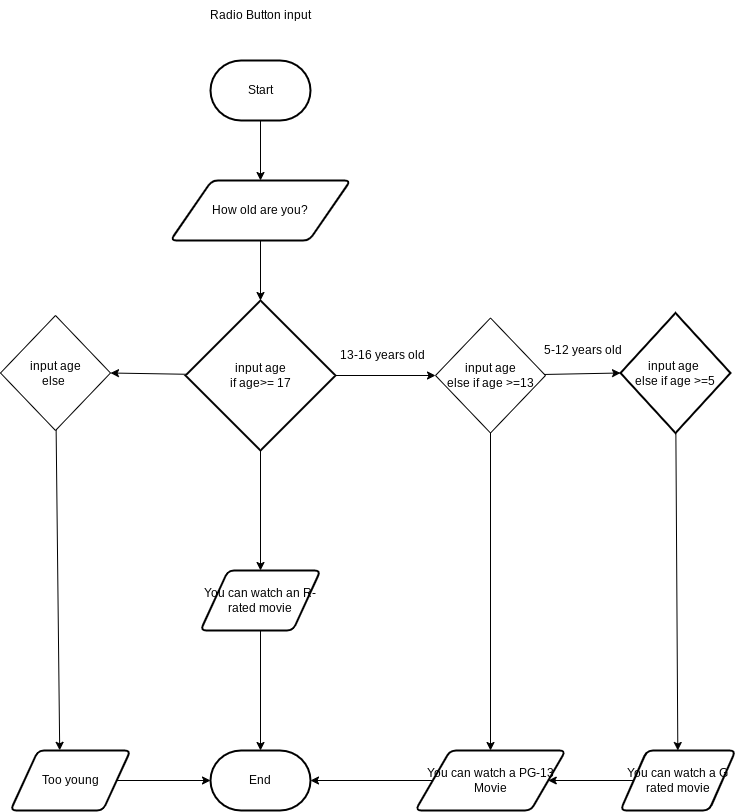
Earlier version of the draw.io export design/flow-chart.png (MikeyGloriani/ICS2O-UNIT-5-03-JS). Source tidied: cells renumbered, new cells last; positions are measured from the earlier drawing's top-left corner, leaving out a move shared by most shapes. The source it was exported from:
```xml
<mxGraphModel>
  <root>
    <mxCell id="0" />
    <mxCell id="1" parent="0" />
    <mxCell id="2" value="Start" style="strokeWidth=2;html=1;shape=mxgraph.flowchart.terminator;whiteSpace=wrap;" parent="1" vertex="1">
      <mxGeometry x="210" y="60" width="100" height="60" as="geometry" />
    </mxCell>
    <mxCell id="3" style="edgeStyle=none;html=1;exitX=0.5;exitY=1;exitDx=0;exitDy=0;exitPerimeter=0;" parent="1" edge="1" source="2" target="8">
      <mxGeometry relative="1" as="geometry" />
    </mxCell>
    <mxCell id="4" style="edgeStyle=none;html=1;entryX=0;entryY=0.5;entryDx=0;entryDy=0;" parent="1" edge="1" source="6" target="16">
      <mxGeometry relative="1" as="geometry" />
    </mxCell>
    <mxCell id="5" style="edgeStyle=none;html=1;entryX=1;entryY=0.5;entryDx=0;entryDy=0;" parent="1" edge="1" source="6" target="26">
      <mxGeometry relative="1" as="geometry" />
    </mxCell>
    <mxCell id="6" value="input age&lt;br&gt;if age&amp;gt;= 17" style="strokeWidth=2;html=1;shape=mxgraph.flowchart.decision;whiteSpace=wrap;" parent="1" vertex="1">
      <mxGeometry x="185" y="300" width="150" height="150" as="geometry" />
    </mxCell>
    <mxCell id="7" style="edgeStyle=none;html=1;" parent="1" edge="1" source="8" target="6">
      <mxGeometry relative="1" as="geometry" />
    </mxCell>
    <mxCell id="8" value="How old are you?" style="shape=parallelogram;html=1;strokeWidth=2;perimeter=parallelogramPerimeter;whiteSpace=wrap;rounded=1;arcSize=12;size=0.23;" parent="1" vertex="1">
      <mxGeometry x="170" y="180" width="180" height="60" as="geometry" />
    </mxCell>
    <mxCell id="9" value="Radio Button input" style="text;html=1;strokeColor=none;fillColor=none;align=center;verticalAlign=middle;whiteSpace=wrap;rounded=0;" parent="1" vertex="1">
      <mxGeometry x="205" width="110" height="30" as="geometry" />
    </mxCell>
    <mxCell id="10" style="edgeStyle=none;html=1;entryX=0.5;entryY=0;entryDx=0;entryDy=0;exitX=0.5;exitY=1;exitDx=0;exitDy=0;exitPerimeter=0;" parent="1" edge="1" source="6" target="13">
      <mxGeometry relative="1" as="geometry" />
    </mxCell>
    <mxCell id="11" value="End" style="strokeWidth=2;html=1;shape=mxgraph.flowchart.terminator;whiteSpace=wrap;" parent="1" vertex="1">
      <mxGeometry x="210" y="750" width="100" height="60" as="geometry" />
    </mxCell>
    <mxCell id="12" style="edgeStyle=none;html=1;entryX=0.5;entryY=0;entryDx=0;entryDy=0;entryPerimeter=0;" parent="1" edge="1" source="13" target="11">
      <mxGeometry relative="1" as="geometry" />
    </mxCell>
    <mxCell id="13" value="You can watch an R-rated movie" style="shape=parallelogram;html=1;strokeWidth=2;perimeter=parallelogramPerimeter;whiteSpace=wrap;rounded=1;arcSize=12;size=0.23;" parent="1" vertex="1">
      <mxGeometry x="200" y="570" width="120" height="60" as="geometry" />
    </mxCell>
    <mxCell id="14" value="13-16 years old" style="text;html=1;strokeColor=none;fillColor=none;align=center;verticalAlign=middle;whiteSpace=wrap;rounded=0;" parent="1" vertex="1">
      <mxGeometry x="330" y="340" width="105" height="30" as="geometry" />
    </mxCell>
    <mxCell id="15" style="edgeStyle=none;html=1;entryX=0;entryY=0.5;entryDx=0;entryDy=0;entryPerimeter=0;" parent="1" edge="1" source="16" target="21">
      <mxGeometry relative="1" as="geometry" />
    </mxCell>
    <mxCell id="16" value="input age&lt;br&gt;else if age &amp;gt;=13" style="rhombus;whiteSpace=wrap;html=1;" parent="1" vertex="1">
      <mxGeometry x="435" y="317.5" width="110" height="115" as="geometry" />
    </mxCell>
    <mxCell id="17" style="edgeStyle=none;html=1;entryX=0.5;entryY=0;entryDx=0;entryDy=0;exitX=0.5;exitY=1;exitDx=0;exitDy=0;" parent="1" edge="1" source="16" target="19">
      <mxGeometry relative="1" as="geometry" />
    </mxCell>
    <mxCell id="18" style="edgeStyle=none;html=1;entryX=1;entryY=0.5;entryDx=0;entryDy=0;entryPerimeter=0;" parent="1" edge="1" source="19" target="11">
      <mxGeometry relative="1" as="geometry" />
    </mxCell>
    <mxCell id="19" value="You can watch a PG-13 Movie" style="shape=parallelogram;html=1;strokeWidth=2;perimeter=parallelogramPerimeter;whiteSpace=wrap;rounded=1;arcSize=12;size=0.23;" parent="1" vertex="1">
      <mxGeometry x="415" y="750" width="150" height="60" as="geometry" />
    </mxCell>
    <mxCell id="20" style="edgeStyle=none;html=1;" parent="1" edge="1" source="21" target="23">
      <mxGeometry relative="1" as="geometry" />
    </mxCell>
    <mxCell id="21" value="input age&amp;nbsp;&lt;br&gt;else if age &amp;gt;=5" style="strokeWidth=2;html=1;shape=mxgraph.flowchart.decision;whiteSpace=wrap;" parent="1" vertex="1">
      <mxGeometry x="620" y="312.5" width="110" height="120" as="geometry" />
    </mxCell>
    <mxCell id="22" style="edgeStyle=none;html=1;" parent="1" edge="1" source="23" target="19">
      <mxGeometry relative="1" as="geometry" />
    </mxCell>
    <mxCell id="23" value="You can watch a G rated movie" style="shape=parallelogram;html=1;strokeWidth=2;perimeter=parallelogramPerimeter;whiteSpace=wrap;rounded=1;arcSize=12;size=0.23;" parent="1" vertex="1">
      <mxGeometry x="620" y="750" width="115" height="60" as="geometry" />
    </mxCell>
    <mxCell id="24" value="5-12 years old" style="text;html=1;strokeColor=none;fillColor=none;align=center;verticalAlign=middle;whiteSpace=wrap;rounded=0;" parent="1" vertex="1">
      <mxGeometry x="530" y="335" width="105" height="30" as="geometry" />
    </mxCell>
    <mxCell id="25" style="edgeStyle=none;html=1;entryX=0.41;entryY=-0.003;entryDx=0;entryDy=0;entryPerimeter=0;" parent="1" edge="1" source="26" target="28">
      <mxGeometry relative="1" as="geometry" />
    </mxCell>
    <mxCell id="26" value="input age&lt;br&gt;else&amp;nbsp;" style="rhombus;whiteSpace=wrap;html=1;" parent="1" vertex="1">
      <mxGeometry y="315" width="110" height="115" as="geometry" />
    </mxCell>
    <mxCell id="27" style="edgeStyle=none;html=1;entryX=0;entryY=0.5;entryDx=0;entryDy=0;entryPerimeter=0;" parent="1" edge="1" source="28" target="11">
      <mxGeometry relative="1" as="geometry" />
    </mxCell>
    <mxCell id="28" value="Too young" style="shape=parallelogram;html=1;strokeWidth=2;perimeter=parallelogramPerimeter;whiteSpace=wrap;rounded=1;arcSize=12;size=0.23;" parent="1" vertex="1">
      <mxGeometry x="10" y="750" width="120" height="60" as="geometry" />
    </mxCell>
  </root>
</mxGraphModel>
```
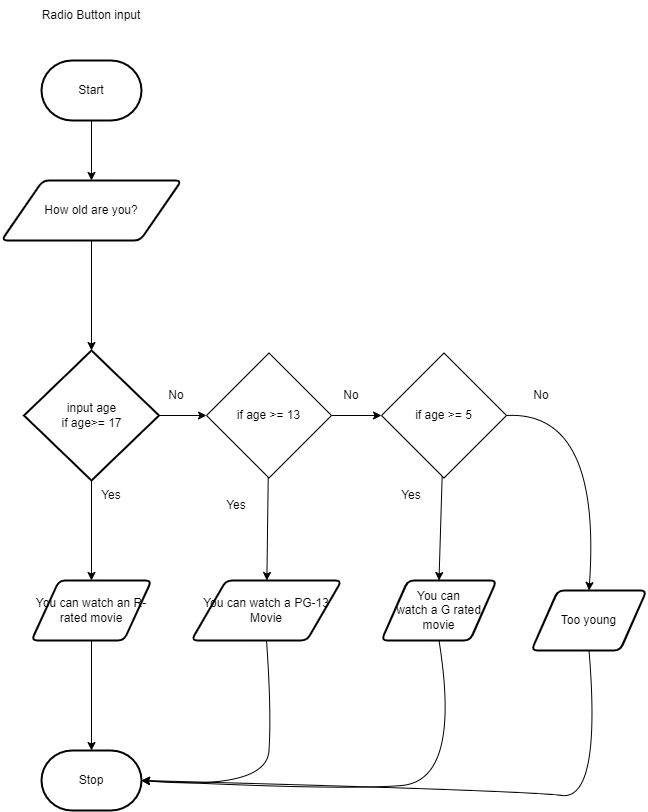
After the commit.

Change to the diagram source:
```diff
@@ -8,14 +8,14 @@
     <mxCell id="3" style="edgeStyle=none;html=1;exitX=0.5;exitY=1;exitDx=0;exitDy=0;exitPerimeter=0;" parent="1" edge="1" source="2" target="8">
       <mxGeometry relative="1" as="geometry" />
     </mxCell>
-    <mxCell id="4" style="edgeStyle=none;html=1;entryX=0;entryY=0.5;entryDx=0;entryDy=0;" parent="1" edge="1" source="6" target="16">
-      <mxGeometry relative="1" as="geometry" />
-    </mxCell>
-    <mxCell id="5" style="edgeStyle=none;html=1;entryX=1;entryY=0.5;entryDx=0;entryDy=0;" parent="1" edge="1" source="6" target="26">
-      <mxGeometry relative="1" as="geometry" />
-    </mxCell>
+    <mxCell id="10" style="edgeStyle=none;html=1;" parent="1" edge="1" source="6" target="13">
+      <mxGeometry relative="1" as="geometry" />
+    </mxCell>
+    <mxCell id="29" style="edgeStyle=none;html=1;exitX=1;exitY=0.5;exitDx=0;exitDy=0;exitPerimeter=0;entryX=0;entryY=0.5;entryDx=0;entryDy=0;" parent="1" edge="1" source="6" target="33">
+      <mxGeometry relative="1" as="geometry" />
+    </mxCell>
     <mxCell id="6" value="input age&lt;br&gt;if age&amp;gt;= 17" style="strokeWidth=2;html=1;shape=mxgraph.flowchart.decision;whiteSpace=wrap;" parent="1" vertex="1">
-      <mxGeometry x="185" y="300" width="150" height="150" as="geometry" />
+      <mxGeometry x="192.5" y="350" width="135" height="130" as="geometry" />
     </mxCell>
     <mxCell id="7" style="edgeStyle=none;html=1;" parent="1" edge="1" source="8" target="6">
       <mxGeometry relative="1" as="geometry" />
@@ -26,62 +26,88 @@
     <mxCell id="9" value="Radio Button input" style="text;html=1;strokeColor=none;fillColor=none;align=center;verticalAlign=middle;whiteSpace=wrap;rounded=0;" parent="1" vertex="1">
       <mxGeometry x="205" width="110" height="30" as="geometry" />
     </mxCell>
-    <mxCell id="10" style="edgeStyle=none;html=1;entryX=0.5;entryY=0;entryDx=0;entryDy=0;exitX=0.5;exitY=1;exitDx=0;exitDy=0;exitPerimeter=0;" parent="1" edge="1" source="6" target="13">
-      <mxGeometry relative="1" as="geometry" />
-    </mxCell>
-    <mxCell id="11" value="End" style="strokeWidth=2;html=1;shape=mxgraph.flowchart.terminator;whiteSpace=wrap;" parent="1" vertex="1">
+    <mxCell id="11" value="Stop" style="strokeWidth=2;html=1;shape=mxgraph.flowchart.terminator;whiteSpace=wrap;" parent="1" vertex="1">
       <mxGeometry x="210" y="750" width="100" height="60" as="geometry" />
     </mxCell>
-    <mxCell id="12" style="edgeStyle=none;html=1;entryX=0.5;entryY=0;entryDx=0;entryDy=0;entryPerimeter=0;" parent="1" edge="1" source="13" target="11">
+    <mxCell id="12" style="edgeStyle=none;html=1;" parent="1" edge="1" source="13" target="11">
       <mxGeometry relative="1" as="geometry" />
     </mxCell>
     <mxCell id="13" value="You can watch an R-rated movie" style="shape=parallelogram;html=1;strokeWidth=2;perimeter=parallelogramPerimeter;whiteSpace=wrap;rounded=1;arcSize=12;size=0.23;" parent="1" vertex="1">
-      <mxGeometry x="200" y="570" width="120" height="60" as="geometry" />
+      <mxGeometry x="200" y="580" width="120" height="60" as="geometry" />
     </mxCell>
-    <mxCell id="14" value="13-16 years old" style="text;html=1;strokeColor=none;fillColor=none;align=center;verticalAlign=middle;whiteSpace=wrap;rounded=0;" parent="1" vertex="1">
-      <mxGeometry x="330" y="340" width="105" height="30" as="geometry" />
-    </mxCell>
-    <mxCell id="15" style="edgeStyle=none;html=1;entryX=0;entryY=0.5;entryDx=0;entryDy=0;entryPerimeter=0;" parent="1" edge="1" source="16" target="21">
-      <mxGeometry relative="1" as="geometry" />
-    </mxCell>
-    <mxCell id="16" value="input age&lt;br&gt;else if age &amp;gt;=13" style="rhombus;whiteSpace=wrap;html=1;" parent="1" vertex="1">
-      <mxGeometry x="435" y="317.5" width="110" height="115" as="geometry" />
-    </mxCell>
-    <mxCell id="17" style="edgeStyle=none;html=1;entryX=0.5;entryY=0;entryDx=0;entryDy=0;exitX=0.5;exitY=1;exitDx=0;exitDy=0;" parent="1" edge="1" source="16" target="19">
-      <mxGeometry relative="1" as="geometry" />
-    </mxCell>
+    <mxCell id="19" value="You can watch a PG-13 Movie" style="shape=parallelogram;html=1;strokeWidth=2;perimeter=parallelogramPerimeter;whiteSpace=wrap;rounded=1;arcSize=12;size=0.23;" parent="1" vertex="1">
+      <mxGeometry x="360" y="580" width="150" height="60" as="geometry" />
+    </mxCell>
+    <mxCell id="23" value="You can &lt;br&gt;watch a G rated movie" style="shape=parallelogram;html=1;strokeWidth=2;perimeter=parallelogramPerimeter;whiteSpace=wrap;rounded=1;arcSize=12;size=0.23;" parent="1" vertex="1">
+      <mxGeometry x="550" y="580" width="115" height="60" as="geometry" />
+    </mxCell>
+    <mxCell id="30" value="Yes" style="text;html=1;strokeColor=none;fillColor=none;align=center;verticalAlign=middle;whiteSpace=wrap;rounded=0;" parent="1" vertex="1">
+      <mxGeometry x="250" y="480" width="60" height="30" as="geometry" />
+    </mxCell>
+    <mxCell id="31" style="edgeStyle=none;html=1;" parent="1" edge="1" source="33" target="19">
+      <mxGeometry relative="1" as="geometry" />
+    </mxCell>
+    <mxCell id="32" style="edgeStyle=none;html=1;exitX=1;exitY=0.5;exitDx=0;exitDy=0;entryX=0;entryY=0.5;entryDx=0;entryDy=0;" parent="1" edge="1" source="33" target="35">
+      <mxGeometry relative="1" as="geometry" />
+    </mxCell>
+    <mxCell id="33" value="if age &amp;gt;= 13" style="rhombus;whiteSpace=wrap;html=1;" parent="1" vertex="1">
+      <mxGeometry x="375" y="352.5" width="125" height="125" as="geometry" />
+    </mxCell>
+    <mxCell id="34" style="edgeStyle=none;html=1;entryX=0.5;entryY=0;entryDx=0;entryDy=0;" parent="1" edge="1" source="35" target="23">
+      <mxGeometry relative="1" as="geometry" />
+    </mxCell>
+    <mxCell id="35" value="if age &amp;gt;= 5" style="rhombus;whiteSpace=wrap;html=1;" parent="1" vertex="1">
+      <mxGeometry x="550" y="352.5" width="125" height="125" as="geometry" />
+    </mxCell>
+    <mxCell id="28" value="Too young" style="shape=parallelogram;html=1;strokeWidth=2;perimeter=parallelogramPerimeter;whiteSpace=wrap;rounded=1;arcSize=12;size=0.23;" parent="1" vertex="1">
+      <mxGeometry x="700" y="590" width="115" height="60" as="geometry" />
+    </mxCell>
+    <mxCell id="36" style="curved=1;endArrow=classic;html=1;exitX=1;exitY=0.5;exitDx=0;exitDy=0;entryX=0.5;entryY=0;entryDx=0;entryDy=0;" parent="1" edge="1" source="35" target="28">
+      <mxGeometry relative="1" as="geometry">
+        <Array as="points">
+          <mxPoint x="770" y="410" />
+        </Array>
+      </mxGeometry>
+    </mxCell>
-    <mxCell id="18" style="edgeStyle=none;html=1;entryX=1;entryY=0.5;entryDx=0;entryDy=0;entryPerimeter=0;" parent="1" edge="1" source="19" target="11">
-      <mxGeometry relative="1" as="geometry" />
+    <mxCell id="18" style="curved=1;endArrow=classic;html=1;exitX=0.5;exitY=1;exitDx=0;exitDy=0;entryX=1;entryY=0.5;entryDx=0;entryDy=0;entryPerimeter=0;" parent="1" edge="1" source="19" target="11">
+      <mxGeometry relative="1" as="geometry">
+        <Array as="points">
+          <mxPoint x="440" y="710" />
+          <mxPoint x="435" y="790" />
+        </Array>
+      </mxGeometry>
     </mxCell>
-    <mxCell id="19" value="You can watch a PG-13 Movie" style="shape=parallelogram;html=1;strokeWidth=2;perimeter=parallelogramPerimeter;whiteSpace=wrap;rounded=1;arcSize=12;size=0.23;" parent="1" vertex="1">
-      <mxGeometry x="415" y="750" width="150" height="60" as="geometry" />
-    </mxCell>
-    <mxCell id="20" style="edgeStyle=none;html=1;" parent="1" edge="1" source="21" target="23">
-      <mxGeometry relative="1" as="geometry" />
-    </mxCell>
-    <mxCell id="21" value="input age&amp;nbsp;&lt;br&gt;else if age &amp;gt;=5" style="strokeWidth=2;html=1;shape=mxgraph.flowchart.decision;whiteSpace=wrap;" parent="1" vertex="1">
-      <mxGeometry x="620" y="312.5" width="110" height="120" as="geometry" />
-    </mxCell>
-    <mxCell id="22" style="edgeStyle=none;html=1;" parent="1" edge="1" source="23" target="19">
-      <mxGeometry relative="1" as="geometry" />
-    </mxCell>
-    <mxCell id="23" value="You can watch a G rated movie" style="shape=parallelogram;html=1;strokeWidth=2;perimeter=parallelogramPerimeter;whiteSpace=wrap;rounded=1;arcSize=12;size=0.23;" parent="1" vertex="1">
-      <mxGeometry x="620" y="750" width="115" height="60" as="geometry" />
-    </mxCell>
-    <mxCell id="24" value="5-12 years old" style="text;html=1;strokeColor=none;fillColor=none;align=center;verticalAlign=middle;whiteSpace=wrap;rounded=0;" parent="1" vertex="1">
-      <mxGeometry x="530" y="335" width="105" height="30" as="geometry" />
-    </mxCell>
-    <mxCell id="25" style="edgeStyle=none;html=1;entryX=0.41;entryY=-0.003;entryDx=0;entryDy=0;entryPerimeter=0;" parent="1" edge="1" source="26" target="28">
-      <mxGeometry relative="1" as="geometry" />
-    </mxCell>
-    <mxCell id="26" value="input age&lt;br&gt;else&amp;nbsp;" style="rhombus;whiteSpace=wrap;html=1;" parent="1" vertex="1">
-      <mxGeometry y="315" width="110" height="115" as="geometry" />
-    </mxCell>
+    <mxCell id="37" style="curved=1;endArrow=classic;html=1;exitX=0.5;exitY=1;exitDx=0;exitDy=0;" parent="1" edge="1" source="23">
+      <mxGeometry relative="1" as="geometry">
+        <mxPoint x="310" y="780" as="targetPoint" />
+        <Array as="points">
+          <mxPoint x="630" y="780" />
+          <mxPoint x="510" y="790" />
+        </Array>
+      </mxGeometry>
+    </mxCell>
-    <mxCell id="27" style="edgeStyle=none;html=1;entryX=0;entryY=0.5;entryDx=0;entryDy=0;entryPerimeter=0;" parent="1" edge="1" source="28" target="11">
-      <mxGeometry relative="1" as="geometry" />
+    <mxCell id="27" style="curved=1;endArrow=classic;html=1;exitX=0.5;exitY=1;exitDx=0;exitDy=0;entryX=1;entryY=0.5;entryDx=0;entryDy=0;entryPerimeter=0;" parent="1" edge="1" source="28" target="11">
+      <mxGeometry relative="1" as="geometry">
+        <Array as="points">
+          <mxPoint x="770" y="800" />
+          <mxPoint x="690" y="790" />
+        </Array>
+      </mxGeometry>
     </mxCell>
-    <mxCell id="28" value="Too young" style="shape=parallelogram;html=1;strokeWidth=2;perimeter=parallelogramPerimeter;whiteSpace=wrap;rounded=1;arcSize=12;size=0.23;" parent="1" vertex="1">
-      <mxGeometry x="10" y="750" width="120" height="60" as="geometry" />
-    </mxCell>
+    <mxCell id="38" value="Yes" style="text;html=1;strokeColor=none;fillColor=none;align=center;verticalAlign=middle;whiteSpace=wrap;rounded=0;" parent="1" vertex="1">
+      <mxGeometry x="375" y="490" width="60" height="30" as="geometry" />
+    </mxCell>
+    <mxCell id="39" value="Yes" style="text;html=1;strokeColor=none;fillColor=none;align=center;verticalAlign=middle;whiteSpace=wrap;rounded=0;" parent="1" vertex="1">
+      <mxGeometry x="550" y="480" width="60" height="30" as="geometry" />
+    </mxCell>
+    <mxCell id="40" value="No" style="text;html=1;strokeColor=none;fillColor=none;align=center;verticalAlign=middle;whiteSpace=wrap;rounded=0;" parent="1" vertex="1">
+      <mxGeometry x="490" y="380" width="60" height="30" as="geometry" />
+    </mxCell>
+    <mxCell id="41" value="No" style="text;html=1;strokeColor=none;fillColor=none;align=center;verticalAlign=middle;whiteSpace=wrap;rounded=0;" parent="1" vertex="1">
+      <mxGeometry x="315" y="380" width="60" height="30" as="geometry" />
+    </mxCell>
+    <mxCell id="42" value="No" style="text;html=1;strokeColor=none;fillColor=none;align=center;verticalAlign=middle;whiteSpace=wrap;rounded=0;" parent="1" vertex="1">
+      <mxGeometry x="680" y="380" width="60" height="30" as="geometry" />
+    </mxCell>
   </root>
 </mxGraphModel>
```
